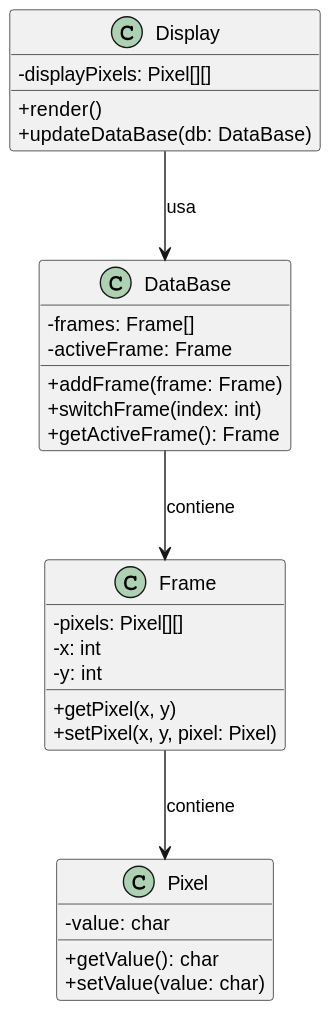
The PlantUML diagram entregas/rodriguezJavier/Reto-000/diagrama.svg in mmasias/24-25-EDA2, before a commit. The source it was exported from:
```plantuml
@startuml
skinparam classAttributeIconSize 0

class Pixel {
    - value: char
    + getValue(): char
    + setValue(value: char)
}

class Frame {
    - pixels: Pixel[][]
    - x: int
    - y: int
    + getPixel(x, y)
    + setPixel(x, y, pixel: Pixel)
}

class DataBase {
    - frames: Frame[]
    - activeFrame: Frame
    + addFrame(frame: Frame)
    + switchFrame(index: int)
    + getActiveFrame(): Frame
}

class Display {
    - displayPixels: Pixel[][]
    + render()
    + updateDataBase(db: DataBase)
}

Display --> DataBase : usa
DataBase --> Frame : contiene
Frame --> Pixel : contiene
@enduml
```
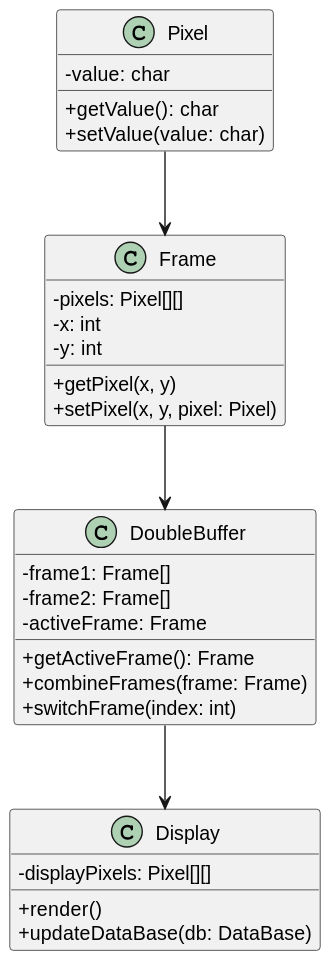
Later version of the same file.

Commit message:
el archivo .puml corregido y el diagrama nuevo correcto

What changed in the source:
```diff
@@ -15,12 +15,13 @@
     + setPixel(x, y, pixel: Pixel)
 }
 
-class DataBase {
-    - frames: Frame[]
+class DoubleBuffer {
+    - frame1: Frame[]
+    - frame2: Frame[]
     - activeFrame: Frame
-    + addFrame(frame: Frame)
+    + getActiveFrame(): Frame
+    + combineFrames(frame: Frame)
     + switchFrame(index: int)
-    + getActiveFrame(): Frame
 }
 
 class Display {
@@ -29,7 +30,7 @@
     + updateDataBase(db: DataBase)
 }
 
-Display --> DataBase : usa
-DataBase --> Frame : contiene
-Frame --> Pixel : contiene
+Pixel --> Frame
+Frame --> DoubleBuffer
+DoubleBuffer --> Display
 @enduml
```
